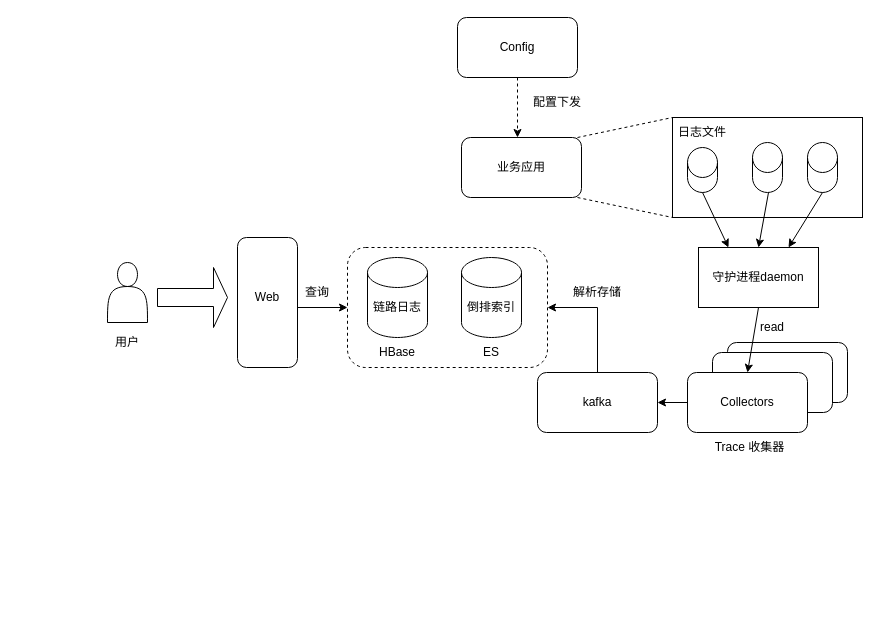
Earlier version of the draw.io diagram 分布式跟踪监控架构.drawio (tiankuanyu/test). Source tidied: cells renumbered, new cells numbered last; positions are measured from the earlier drawing's top-left corner, leaving out a move shared by most shapes. Both pictures are drawn from the tidied source at 100%, with x=0, y=0 at pixel (97, 17).
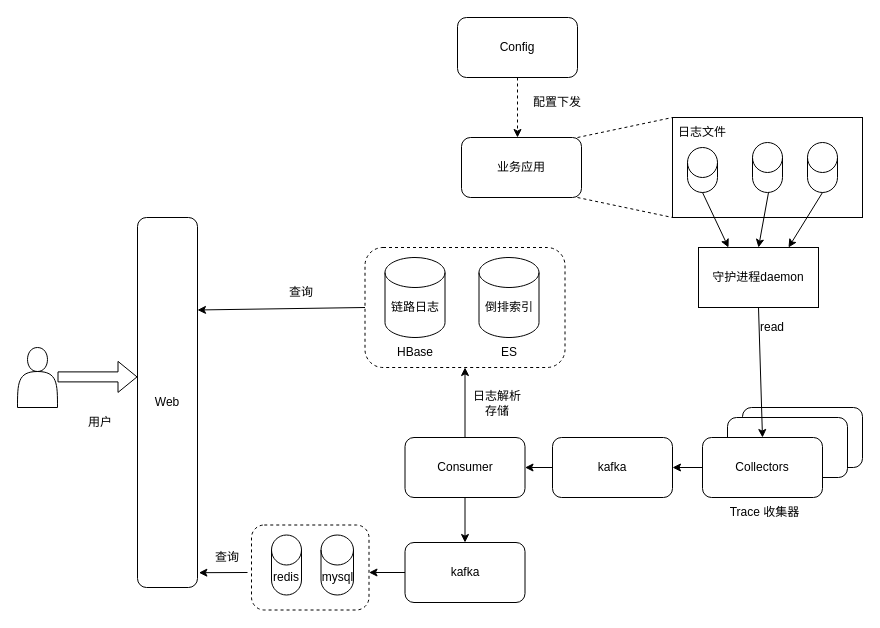
After the change.

Commit message:
更新分布式跟踪监控架构.drawio

What changed in the source:
```diff
@@
     <mxCell id="13" style="rounded=1;whiteSpace=wrap;html=1;" parent="1" vertex="1">
-      <mxGeometry x="630" y="325" width="120" height="60" as="geometry" />
+      <mxGeometry x="645" y="390" width="120" height="60" as="geometry" />
     </mxCell>
     <mxCell id="14" style="rounded=1;whiteSpace=wrap;html=1;" parent="1" vertex="1">
-      <mxGeometry x="615" y="335" width="120" height="60" as="geometry" />
+      <mxGeometry x="630" y="400" width="120" height="60" as="geometry" />
     </mxCell>
@@
     <mxCell id="16" value="Collectors" style="rounded=1;whiteSpace=wrap;html=1;" parent="1" vertex="1">
-      <mxGeometry x="590" y="355" width="120" height="60" as="geometry" />
+      <mxGeometry x="605" y="420" width="120" height="60" as="geometry" />
     </mxCell>
@@
     <mxCell id="22" value="Trace 收集器" style="text;html=1;align=center;verticalAlign=middle;whiteSpace=wrap;rounded=0;" parent="1" vertex="1">
-      <mxGeometry x="615" y="415" width="75" height="30" as="geometry" />
+      <mxGeometry x="630" y="480" width="75" height="30" as="geometry" />
     </mxCell>
     <mxCell id="23" style="rounded=1;whiteSpace=wrap;html=1;dashed=1;" parent="1" vertex="1">
-      <mxGeometry x="250" y="230" width="200" height="120" as="geometry" />
+      <mxGeometry x="267.5" y="230" width="200" height="120" as="geometry" />
     </mxCell>
     <mxCell id="24" style="shape=cylinder3;whiteSpace=wrap;html=1;boundedLbl=1;backgroundOutline=1;size=15;" parent="1" vertex="1">
-      <mxGeometry x="270" y="240" width="60" height="80" as="geometry" />
+      <mxGeometry x="287.5" y="240" width="60" height="80" as="geometry" />
     </mxCell>
     <mxCell id="25" style="shape=cylinder3;whiteSpace=wrap;html=1;boundedLbl=1;backgroundOutline=1;size=15;" parent="1" vertex="1">
-      <mxGeometry x="364" y="240" width="60" height="80" as="geometry" />
+      <mxGeometry x="381.5" y="240" width="60" height="80" as="geometry" />
     </mxCell>
     <mxCell id="26" value="链路日志" style="text;html=1;align=center;verticalAlign=middle;whiteSpace=wrap;rounded=0;" parent="1" vertex="1">
-      <mxGeometry x="270" y="275" width="60" height="30" as="geometry" />
+      <mxGeometry x="287.5" y="275" width="60" height="30" as="geometry" />
     </mxCell>
     <mxCell id="27" value="倒排索引" style="text;html=1;align=center;verticalAlign=middle;whiteSpace=wrap;rounded=0;" parent="1" vertex="1">
-      <mxGeometry x="364" y="275" width="60" height="30" as="geometry" />
+      <mxGeometry x="381.5" y="275" width="60" height="30" as="geometry" />
     </mxCell>
     <mxCell id="28" value="HBase" style="text;html=1;align=center;verticalAlign=middle;whiteSpace=wrap;rounded=0;" parent="1" vertex="1">
-      <mxGeometry x="270" y="320" width="60" height="30" as="geometry" />
+      <mxGeometry x="287.5" y="320" width="60" height="30" as="geometry" />
     </mxCell>
     <mxCell id="29" value="ES" style="text;html=1;align=center;verticalAlign=middle;whiteSpace=wrap;rounded=0;" parent="1" vertex="1">
-      <mxGeometry x="364" y="320" width="60" height="30" as="geometry" />
+      <mxGeometry x="381.5" y="320" width="60" height="30" as="geometry" />
     </mxCell>
     <mxCell id="30" style="shape=actor;whiteSpace=wrap;html=1;" parent="1" vertex="1">
-      <mxGeometry x="10" y="245" width="40" height="60" as="geometry" />
+      <mxGeometry x="-80" y="330" width="40" height="60" as="geometry" />
     </mxCell>
-    <mxCell id="31" style="shape=singleArrow;whiteSpace=wrap;html=1;" parent="1" vertex="1">
-      <mxGeometry x="60" y="250" width="70" height="60" as="geometry" />
-    </mxCell>
-    <mxCell id="32" style="rounded=1;whiteSpace=wrap;html=1;" parent="1" vertex="1">
-      <mxGeometry x="140" y="220" width="60" height="130" as="geometry" />
+    <mxCell id="32" value="Web" style="rounded=1;whiteSpace=wrap;html=1;" parent="1" vertex="1">
+      <mxGeometry x="40" y="200" width="60" height="370" as="geometry" />
     </mxCell>
-    <mxCell id="33" value="Web" style="text;html=1;align=center;verticalAlign=middle;whiteSpace=wrap;rounded=0;" parent="1" vertex="1">
-      <mxGeometry x="140" y="265" width="60" height="30" as="geometry" />
-    </mxCell>
     <mxCell id="34" value="用户" style="text;html=1;align=center;verticalAlign=middle;whiteSpace=wrap;rounded=0;" parent="1" vertex="1">
-      <mxGeometry y="310" width="60" height="30" as="geometry" />
+      <mxGeometry x="-27.5" y="390" width="60" height="30" as="geometry" />
     </mxCell>
-    <mxCell id="35" style="endArrow=classic;html=1;rounded=0;" parent="1" edge="1" target="23">
-      <mxGeometry relative="1" as="geometry">
-        <mxPoint x="200" y="290" as="sourcePoint" />
-      </mxGeometry>
-    </mxCell>
-    <mxCell id="36" value="查询" style="text;html=1;align=center;verticalAlign=middle;whiteSpace=wrap;rounded=0;" parent="1" vertex="1">
-      <mxGeometry x="190" y="260" width="60" height="30" as="geometry" />
-    </mxCell>
-    <mxCell id="37" style="edgeStyle=orthogonalEdgeStyle;rounded=0;jettySize=auto;html=1;entryX=1;entryY=0.5;entryDx=0;entryDy=0;" parent="1" edge="1" source="38" target="23">
-      <mxGeometry relative="1" as="geometry" />
-    </mxCell>
+    <mxCell id="41" style="edgeStyle=orthogonalEdgeStyle;rounded=0;jettySize=auto;html=1;" parent="1" edge="1" source="38" target="44">
+      <mxGeometry relative="1" as="geometry" />
+    </mxCell>
     <mxCell id="38" value="kafka" style="rounded=1;whiteSpace=wrap;html=1;" parent="1" vertex="1">
-      <mxGeometry x="440" y="355" width="120" height="60" as="geometry" />
+      <mxGeometry x="455" y="420" width="120" height="60" as="geometry" />
     </mxCell>
-    <mxCell id="39" value="解析存储" style="text;html=1;align=center;verticalAlign=middle;whiteSpace=wrap;rounded=0;" parent="1" vertex="1">
-      <mxGeometry x="470" y="260" width="60" height="30" as="geometry" />
-    </mxCell>
@@
+    <mxCell id="42" style="edgeStyle=orthogonalEdgeStyle;rounded=0;jettySize=auto;html=1;exitX=0.5;exitY=0;exitDx=0;exitDy=0;entryX=0.5;entryY=1;entryDx=0;entryDy=0;" parent="1" edge="1" source="44" target="23">
+      <mxGeometry relative="1" as="geometry" />
+    </mxCell>
+    <mxCell id="43" style="edgeStyle=orthogonalEdgeStyle;rounded=0;jettySize=auto;html=1;" parent="1" edge="1" source="44" target="45">
+      <mxGeometry relative="1" as="geometry" />
+    </mxCell>
+    <mxCell id="44" value="Consumer" style="rounded=1;whiteSpace=wrap;html=1;" parent="1" vertex="1">
+      <mxGeometry x="307.5" y="420" width="120" height="60" as="geometry" />
+    </mxCell>
+    <mxCell id="45" value="kafka" style="rounded=1;whiteSpace=wrap;html=1;" parent="1" vertex="1">
+      <mxGeometry x="307.5" y="525" width="120" height="60" as="geometry" />
+    </mxCell>
+    <mxCell id="46" style="rounded=1;whiteSpace=wrap;html=1;dashed=1;" parent="1" vertex="1">
+      <mxGeometry x="154" y="507.5" width="117.5" height="85" as="geometry" />
+    </mxCell>
+    <mxCell id="47" value="redis" style="shape=cylinder3;whiteSpace=wrap;html=1;boundedLbl=1;backgroundOutline=1;size=15;" parent="1" vertex="1">
+      <mxGeometry x="174" y="517.5" width="30" height="60" as="geometry" />
+    </mxCell>
+    <mxCell id="48" value="mysql" style="shape=cylinder3;whiteSpace=wrap;html=1;boundedLbl=1;backgroundOutline=1;size=15;" parent="1" vertex="1">
+      <mxGeometry x="223.5" y="517.5" width="32.5" height="60" as="geometry" />
+    </mxCell>
+    <mxCell id="49" style="endArrow=classic;html=1;rounded=0;exitX=0;exitY=0.5;exitDx=0;exitDy=0;entryX=1;entryY=0.25;entryDx=0;entryDy=0;" parent="1" edge="1" source="23" target="32">
+      <mxGeometry relative="1" as="geometry" />
+    </mxCell>
+    <mxCell id="50" style="endArrow=classic;html=1;rounded=0;exitX=0;exitY=0.5;exitDx=0;exitDy=0;" parent="1" edge="1" source="45">
+      <mxGeometry relative="1" as="geometry">
+        <mxPoint x="271.5" y="555" as="targetPoint" />
+      </mxGeometry>
+    </mxCell>
+    <mxCell id="51" style="endArrow=classic;html=1;rounded=0;entryX=1.023;entryY=0.96;entryDx=0;entryDy=0;entryPerimeter=0;" parent="1" edge="1" target="32">
+      <mxGeometry relative="1" as="geometry">
+        <mxPoint x="150" y="555" as="sourcePoint" />
+      </mxGeometry>
+    </mxCell>
+    <mxCell id="52" value="查询" style="text;html=1;align=center;verticalAlign=middle;whiteSpace=wrap;rounded=0;" parent="1" vertex="1">
+      <mxGeometry x="174" y="260" width="60" height="30" as="geometry" />
+    </mxCell>
+    <mxCell id="53" value="查询" style="text;html=1;align=center;verticalAlign=middle;whiteSpace=wrap;rounded=0;" parent="1" vertex="1">
+      <mxGeometry x="100" y="525" width="60" height="30" as="geometry" />
+    </mxCell>
+    <mxCell id="54" style="shape=flexArrow;endArrow=classic;html=1;rounded=0;" parent="1" edge="1">
+      <mxGeometry relative="1" as="geometry">
+        <mxPoint x="-40" y="359.4" as="sourcePoint" />
+        <mxPoint x="40" y="359.4" as="targetPoint" />
+      </mxGeometry>
+    </mxCell>
+    <mxCell id="55" value="日志解析存储" style="text;html=1;align=center;verticalAlign=middle;whiteSpace=wrap;rounded=0;" parent="1" vertex="1">
+      <mxGeometry x="370" y="371" width="60" height="30" as="geometry" />
+    </mxCell>
```
